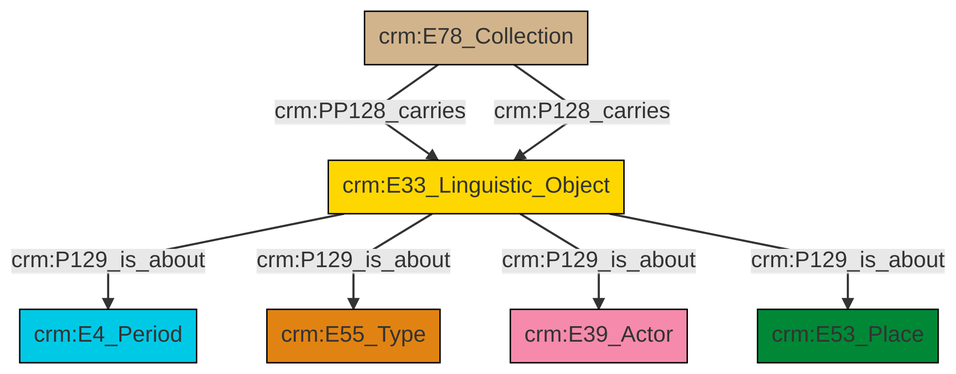
Before: et/archivalCSV/ttl/mmd/png/archival_aboutness.png, a diagram exported from Mermaid (swiss-art-research-net/docs.swissartresearch). Its source is kept beside it as et/archivalCSV/ttl/mmd/archival_aboutness.ttl.mmd.
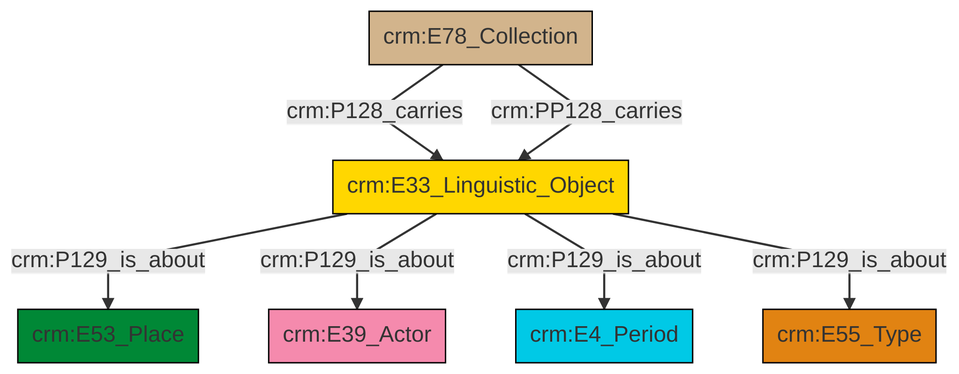
Above is the later version.

What changed in the source:
```diff
@@ -13,9 +13,9 @@
 classDef PC_Classes fill:#4ce600, stroke:#000000;
 classDef Multi fill:#cccccc,stroke:#000000;
 
-6["crm:E33_Linguistic_Object"]:::Conceptual_Object -->|crm:P129_is_about| 7["crm:E4_Period"]:::Temporal_Entity
-6["crm:E33_Linguistic_Object"]:::Conceptual_Object -->|crm:P129_is_about| 4["crm:E55_Type"]:::Type
-0["crm:E78_Collection"]:::Physical_Thing -->|crm:PP128_carries| 6["crm:E33_Linguistic_Object"]:::Conceptual_Object
-0["crm:E78_Collection"]:::Physical_Thing -->|crm:P128_carries| 6["crm:E33_Linguistic_Object"]:::Conceptual_Object
-6["crm:E33_Linguistic_Object"]:::Conceptual_Object -->|crm:P129_is_about| 2["crm:E39_Actor"]:::Actor
-6["crm:E33_Linguistic_Object"]:::Conceptual_Object -->|crm:P129_is_about| 10["crm:E53_Place"]:::Place
+2["crm:E33_Linguistic_Object"]:::Conceptual_Object -->|crm:P129_is_about| 3["crm:E53_Place"]:::Place
+0["crm:E78_Collection"]:::Physical_Thing -->|crm:P128_carries| 2["crm:E33_Linguistic_Object"]:::Conceptual_Object
+2["crm:E33_Linguistic_Object"]:::Conceptual_Object -->|crm:P129_is_about| 5["crm:E39_Actor"]:::Actor
+0["crm:E78_Collection"]:::Physical_Thing -->|crm:PP128_carries| 2["crm:E33_Linguistic_Object"]:::Conceptual_Object
+2["crm:E33_Linguistic_Object"]:::Conceptual_Object -->|crm:P129_is_about| 8["crm:E4_Period"]:::Temporal_Entity
+2["crm:E33_Linguistic_Object"]:::Conceptual_Object -->|crm:P129_is_about| 6["crm:E55_Type"]:::Type
```
